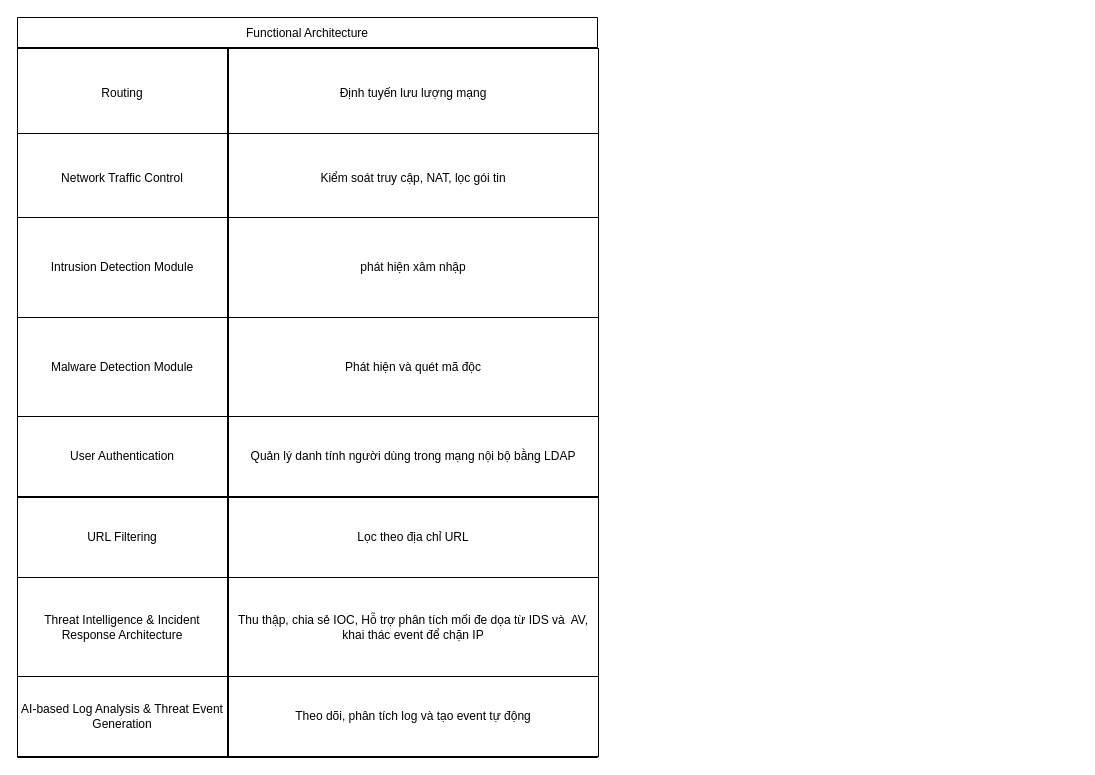
Earlier version of the draw.io diagram page "Functional Architecture" (1 of 4) of ATMNC.drawio (PHU0363569836/Doan-ATMNC). Source tidied: cells renumbered, new cells numbered last; positions are measured from the earlier drawing's top-left corner, leaving out a move shared by most shapes. Both pictures are drawn from the tidied source at 100%, with x=0, y=0 at pixel (17, 17).
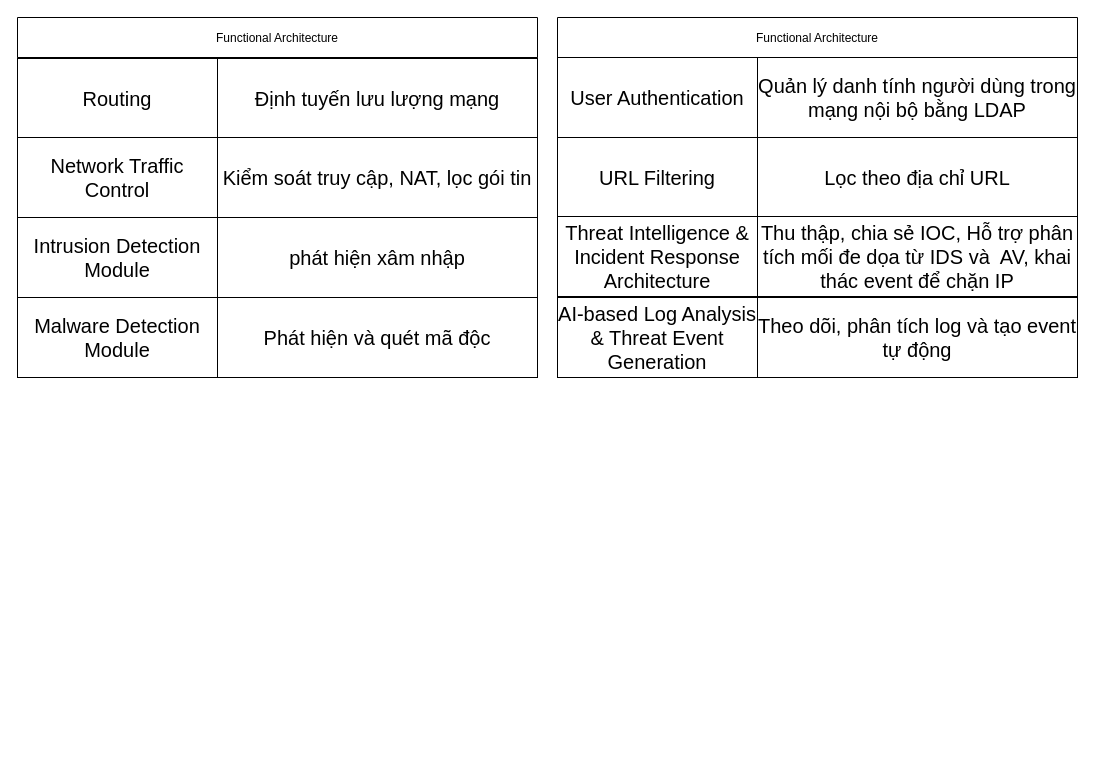
Above is the later version.

What changed in the source:
```diff
@@
-    <mxCell id="2" value="Functional Architecture" style="shape=table;childLayout=tableLayout;startSize=30;" parent="1" vertex="1">
-      <mxGeometry width="580" height="740" as="geometry" />
+    <mxCell id="2" value="Functional Architecture" style="shape=table;childLayout=tableLayout;startSize=40;" parent="1" vertex="1">
+      <mxGeometry width="520" height="360" as="geometry" />
     </mxCell>
     <mxCell id="3" style="shape=tableRow;horizontal=0;swimlaneHead=0;swimlaneBody=0;top=0;left=0;strokeColor=inherit;bottom=0;right=0;fontStyle=0;fillColor=none;startSize=0;" parent="2" vertex="1">
-      <mxGeometry y="30" width="580" height="86" as="geometry" />
+      <mxGeometry y="40" width="520" height="80" as="geometry" />
     </mxCell>
     <mxCell id="4" style="swimlane;swimlaneHead=0;swimlaneBody=0;fontStyle=0;strokeColor=inherit;fillColor=none;startSize=0;" parent="3" vertex="1">
-      <mxGeometry width="211" height="86" as="geometry" />
+      <mxGeometry width="200" height="80" as="geometry" />
     </mxCell>
-    <mxCell id="5" value="Routing" style="whiteSpace=wrap;html=1;" parent="4" vertex="1">
-      <mxGeometry y="1" width="210" height="89" as="geometry" />
+    <mxCell id="5" value="&lt;font style=&quot;font-size: 20px;&quot;&gt;Routing&lt;/font&gt;" style="whiteSpace=wrap;html=1;" parent="4" vertex="1">
+      <mxGeometry y="1" width="200" height="79" as="geometry" />
     </mxCell>
     <mxCell id="6" style="swimlane;swimlaneHead=0;swimlaneBody=0;fontStyle=0;strokeColor=inherit;fillColor=none;startSize=0;" parent="3" vertex="1">
-      <mxGeometry x="211" width="369" height="86" as="geometry" />
+      <mxGeometry x="200" width="320" height="80" as="geometry" />
     </mxCell>
-    <mxCell id="7" value="Định tuyến lưu lượng mạng" style="whiteSpace=wrap;html=1;" parent="6" vertex="1">
-      <mxGeometry y="1" width="370" height="89" as="geometry" />
+    <mxCell id="7" value="&lt;font style=&quot;font-size: 20px;&quot;&gt;Định tuyến lưu lượng mạng&lt;/font&gt;" style="whiteSpace=wrap;html=1;" parent="6" vertex="1">
+      <mxGeometry y="1" width="320" height="79" as="geometry" />
     </mxCell>
     <mxCell id="8" style="shape=tableRow;horizontal=0;swimlaneHead=0;swimlaneBody=0;top=0;left=0;strokeColor=inherit;bottom=0;right=0;fontStyle=0;fillColor=none;startSize=0;" parent="2" vertex="1">
-      <mxGeometry y="116" width="580" height="84" as="geometry" />
+      <mxGeometry y="120" width="520" height="80" as="geometry" />
     </mxCell>
     <mxCell id="9" style="swimlane;swimlaneHead=0;swimlaneBody=0;fontStyle=0;strokeColor=inherit;fillColor=none;startSize=0;" parent="8" vertex="1">
-      <mxGeometry width="211" height="84" as="geometry" />
+      <mxGeometry width="200" height="80" as="geometry" />
     </mxCell>
-    <mxCell id="10" value="Network Traffic Control" style="whiteSpace=wrap;html=1;" parent="9" vertex="1">
-      <mxGeometry width="210" height="90" as="geometry" />
+    <mxCell id="10" value="&lt;font style=&quot;font-size: 20px;&quot;&gt;Network Traffic Control&lt;/font&gt;" style="whiteSpace=wrap;html=1;" parent="9" vertex="1">
+      <mxGeometry width="200" height="80" as="geometry" />
     </mxCell>
     <mxCell id="11" style="swimlane;swimlaneHead=0;swimlaneBody=0;fontStyle=0;strokeColor=inherit;fillColor=none;startSize=0;" parent="8" vertex="1">
-      <mxGeometry x="211" width="369" height="84" as="geometry" />
+      <mxGeometry x="200" width="320" height="80" as="geometry" />
     </mxCell>
-    <mxCell id="12" value="Kiểm soát truy cập, NAT, lọc gói tin" style="whiteSpace=wrap;html=1;" parent="11" vertex="1">
-      <mxGeometry width="370" height="90" as="geometry" />
+    <mxCell id="12" value="&lt;font style=&quot;font-size: 20px;&quot;&gt;Kiểm soát truy cập, NAT, lọc gói tin&lt;/font&gt;" style="whiteSpace=wrap;html=1;" parent="11" vertex="1">
+      <mxGeometry width="320" height="80" as="geometry" />
     </mxCell>
     <mxCell id="13" style="shape=tableRow;horizontal=0;swimlaneHead=0;swimlaneBody=0;top=0;left=0;strokeColor=inherit;bottom=0;right=0;fontStyle=0;fillColor=none;startSize=0;" parent="2" vertex="1">
-      <mxGeometry y="200" width="580" height="100" as="geometry" />
+      <mxGeometry y="200" width="520" height="80" as="geometry" />
     </mxCell>
     <mxCell id="14" style="swimlane;swimlaneHead=0;swimlaneBody=0;fontStyle=0;strokeColor=inherit;fillColor=none;startSize=0;" parent="13" vertex="1">
-      <mxGeometry width="211" height="100" as="geometry" />
+      <mxGeometry width="200" height="80" as="geometry" />
     </mxCell>
-    <mxCell id="15" value="Intrusion Detection Module" style="whiteSpace=wrap;html=1;" parent="14" vertex="1">
-      <mxGeometry width="210" height="100" as="geometry" />
+    <mxCell id="15" value="&lt;font style=&quot;font-size: 20px;&quot;&gt;Intrusion Detection Module&lt;/font&gt;" style="whiteSpace=wrap;html=1;" parent="14" vertex="1">
+      <mxGeometry width="200" height="80" as="geometry" />
     </mxCell>
     <mxCell id="16" style="swimlane;swimlaneHead=0;swimlaneBody=0;fontStyle=0;strokeColor=inherit;fillColor=none;startSize=0;" parent="13" vertex="1">
-      <mxGeometry x="211" width="369" height="100" as="geometry" />
+      <mxGeometry x="200" width="320" height="80" as="geometry" />
     </mxCell>
-    <mxCell id="17" value="phát hiện xâm nhập" style="whiteSpace=wrap;html=1;" parent="16" vertex="1">
-      <mxGeometry width="370" height="100" as="geometry" />
+    <mxCell id="17" value="&lt;font style=&quot;font-size: 20px;&quot;&gt;phát hiện xâm nhập&lt;/font&gt;" style="whiteSpace=wrap;html=1;" parent="16" vertex="1">
+      <mxGeometry width="320" height="80" as="geometry" />
     </mxCell>
     <mxCell id="18" style="shape=tableRow;horizontal=0;swimlaneHead=0;swimlaneBody=0;top=0;left=0;strokeColor=inherit;bottom=0;right=0;fontStyle=0;fillColor=none;startSize=0;" parent="2" vertex="1">
-      <mxGeometry y="300" width="580" height="99" as="geometry" />
+      <mxGeometry y="280" width="520" height="80" as="geometry" />
     </mxCell>
     <mxCell id="19" style="swimlane;swimlaneHead=0;swimlaneBody=0;fontStyle=0;strokeColor=inherit;fillColor=none;startSize=0;" parent="18" vertex="1">
-      <mxGeometry width="211" height="99" as="geometry" />
+      <mxGeometry width="200" height="80" as="geometry" />
     </mxCell>
-    <mxCell id="20" value="Malware Detection Module" style="whiteSpace=wrap;html=1;" parent="19" vertex="1">
-      <mxGeometry width="210" height="100" as="geometry" />
+    <mxCell id="20" value="&lt;font style=&quot;font-size: 20px;&quot;&gt;Malware Detection Module&lt;/font&gt;" style="whiteSpace=wrap;html=1;" parent="19" vertex="1">
+      <mxGeometry width="200" height="80" as="geometry" />
     </mxCell>
     <mxCell id="21" style="swimlane;swimlaneHead=0;swimlaneBody=0;fontStyle=0;strokeColor=inherit;fillColor=none;startSize=0;" parent="18" vertex="1">
-      <mxGeometry x="211" width="369" height="99" as="geometry" />
+      <mxGeometry x="200" width="320" height="80" as="geometry" />
     </mxCell>
-    <mxCell id="22" value="Phát hiện và quét mã độc" style="whiteSpace=wrap;html=1;" parent="21" vertex="1">
-      <mxGeometry width="370" height="100" as="geometry" />
+    <mxCell id="22" value="&lt;font style=&quot;font-size: 20px;&quot;&gt;Phát hiện và quét mã độc&lt;/font&gt;" style="whiteSpace=wrap;html=1;" parent="21" vertex="1">
+      <mxGeometry width="320" height="80" as="geometry" />
     </mxCell>
-    <mxCell id="23" style="shape=tableRow;horizontal=0;swimlaneHead=0;swimlaneBody=0;top=0;left=0;strokeColor=inherit;bottom=0;right=0;fontStyle=0;fillColor=none;startSize=0;" parent="2" vertex="1">
-      <mxGeometry y="399" width="580" height="81" as="geometry" />
-    </mxCell>
-    <mxCell id="24" style="swimlane;swimlaneHead=0;swimlaneBody=0;fontStyle=0;strokeColor=inherit;fillColor=none;startSize=0;" parent="23" vertex="1">
-      <mxGeometry width="211" height="81" as="geometry" />
-    </mxCell>
+    <mxCell id="43" value="Functional Architecture" style="shape=table;childLayout=tableLayout;startSize=40;" parent="1" vertex="1">
+      <mxGeometry x="540" width="520" height="360" as="geometry" />
+    </mxCell>
+    <mxCell id="44" style="shape=tableRow;horizontal=0;swimlaneHead=0;swimlaneBody=0;top=0;left=0;strokeColor=inherit;bottom=0;right=0;fontStyle=0;fillColor=none;startSize=0;" parent="43" vertex="1">
+      <mxGeometry y="40" width="520" height="80" as="geometry" />
+    </mxCell>
+    <mxCell id="45" style="swimlane;swimlaneHead=0;swimlaneBody=0;fontStyle=0;strokeColor=inherit;fillColor=none;startSize=0;" parent="44" vertex="1">
+      <mxGeometry width="200" height="80" as="geometry" />
+    </mxCell>
-    <mxCell id="25" value="User Authentication" style="whiteSpace=wrap;html=1;" parent="24" vertex="1">
-      <mxGeometry width="210" height="80" as="geometry" />
+    <mxCell id="25" value="&lt;font style=&quot;font-size: 20px;&quot;&gt;User Authentication&lt;/font&gt;" style="whiteSpace=wrap;html=1;" parent="45" vertex="1">
+      <mxGeometry width="200" height="80" as="geometry" />
     </mxCell>
-    <mxCell id="26" style="swimlane;swimlaneHead=0;swimlaneBody=0;fontStyle=0;strokeColor=inherit;fillColor=none;startSize=0;" parent="23" vertex="1">
-      <mxGeometry x="211" width="369" height="81" as="geometry" />
-    </mxCell>
+    <mxCell id="46" style="swimlane;swimlaneHead=0;swimlaneBody=0;fontStyle=0;strokeColor=inherit;fillColor=none;startSize=0;" parent="44" vertex="1">
+      <mxGeometry x="200" width="320" height="80" as="geometry" />
+    </mxCell>
-    <mxCell id="27" value="Quản lý danh tính người dùng trong mạng nội bộ bằng LDAP" style="whiteSpace=wrap;html=1;" parent="26" vertex="1">
-      <mxGeometry width="370" height="80" as="geometry" />
+    <mxCell id="27" value="&lt;font style=&quot;font-size: 20px;&quot;&gt;Quản lý danh tính người dùng trong mạng nội bộ bằng LDAP&lt;/font&gt;" style="whiteSpace=wrap;html=1;" parent="46" vertex="1">
+      <mxGeometry width="320" height="80" as="geometry" />
     </mxCell>
-    <mxCell id="28" style="shape=tableRow;horizontal=0;swimlaneHead=0;swimlaneBody=0;top=0;left=0;strokeColor=inherit;bottom=0;right=0;fontStyle=0;fillColor=none;startSize=0;" parent="2" vertex="1">
-      <mxGeometry y="480" width="580" height="80" as="geometry" />
-    </mxCell>
-    <mxCell id="29" style="swimlane;swimlaneHead=0;swimlaneBody=0;fontStyle=0;strokeColor=inherit;fillColor=none;startSize=0;" parent="28" vertex="1">
-      <mxGeometry width="211" height="80" as="geometry" />
-    </mxCell>
+    <mxCell id="47" style="shape=tableRow;horizontal=0;swimlaneHead=0;swimlaneBody=0;top=0;left=0;strokeColor=inherit;bottom=0;right=0;fontStyle=0;fillColor=none;startSize=0;" parent="43" vertex="1">
+      <mxGeometry y="120" width="520" height="79" as="geometry" />
+    </mxCell>
+    <mxCell id="48" style="swimlane;swimlaneHead=0;swimlaneBody=0;fontStyle=0;strokeColor=inherit;fillColor=none;startSize=0;" parent="47" vertex="1">
+      <mxGeometry width="200" height="79" as="geometry" />
+    </mxCell>
-    <mxCell id="30" value="URL Filtering" style="whiteSpace=wrap;html=1;" parent="29" vertex="1">
-      <mxGeometry width="210" height="80" as="geometry" />
+    <mxCell id="30" value="&lt;font style=&quot;font-size: 20px;&quot;&gt;URL Filtering&lt;/font&gt;" style="whiteSpace=wrap;html=1;" parent="48" vertex="1">
+      <mxGeometry width="200" height="80" as="geometry" />
     </mxCell>
-    <mxCell id="31" style="swimlane;swimlaneHead=0;swimlaneBody=0;fontStyle=0;strokeColor=inherit;fillColor=none;startSize=0;" parent="28" vertex="1">
-      <mxGeometry x="211" width="369" height="80" as="geometry" />
-    </mxCell>
+    <mxCell id="49" style="swimlane;swimlaneHead=0;swimlaneBody=0;fontStyle=0;strokeColor=inherit;fillColor=none;startSize=0;" parent="47" vertex="1">
+      <mxGeometry x="200" width="320" height="79" as="geometry" />
+    </mxCell>
-    <mxCell id="32" value="Lọc theo địa chỉ URL" style="whiteSpace=wrap;html=1;" parent="31" vertex="1">
-      <mxGeometry width="370" height="80" as="geometry" />
+    <mxCell id="32" value="&lt;font style=&quot;font-size: 20px;&quot;&gt;Lọc theo địa chỉ URL&lt;/font&gt;" style="whiteSpace=wrap;html=1;" parent="49" vertex="1">
+      <mxGeometry width="320" height="80" as="geometry" />
     </mxCell>
-    <mxCell id="33" style="shape=tableRow;horizontal=0;swimlaneHead=0;swimlaneBody=0;top=0;left=0;strokeColor=inherit;bottom=0;right=0;fontStyle=0;fillColor=none;startSize=0;" parent="2" vertex="1">
-      <mxGeometry y="560" width="580" height="99" as="geometry" />
-    </mxCell>
-    <mxCell id="34" style="swimlane;swimlaneHead=0;swimlaneBody=0;fontStyle=0;strokeColor=inherit;fillColor=none;startSize=0;" parent="33" vertex="1">
-      <mxGeometry width="211" height="99" as="geometry" />
-    </mxCell>
+    <mxCell id="50" style="shape=tableRow;horizontal=0;swimlaneHead=0;swimlaneBody=0;top=0;left=0;strokeColor=inherit;bottom=0;right=0;fontStyle=0;fillColor=none;startSize=0;" parent="43" vertex="1">
+      <mxGeometry y="199" width="520" height="81" as="geometry" />
+    </mxCell>
+    <mxCell id="51" style="swimlane;swimlaneHead=0;swimlaneBody=0;fontStyle=0;strokeColor=inherit;fillColor=none;startSize=0;" parent="50" vertex="1">
+      <mxGeometry width="200" height="81" as="geometry" />
+    </mxCell>
-    <mxCell id="35" value="Threat Intelligence &amp;amp; Incident Response Architecture" style="whiteSpace=wrap;html=1;" parent="34" vertex="1">
-      <mxGeometry width="210" height="100" as="geometry" />
+    <mxCell id="35" value="&lt;font style=&quot;font-size: 20px;&quot;&gt;Threat Intelligence &amp;amp; Incident Response Architecture&lt;/font&gt;" style="whiteSpace=wrap;html=1;" parent="51" vertex="1">
+      <mxGeometry width="200" height="80" as="geometry" />
     </mxCell>
-    <mxCell id="36" style="swimlane;swimlaneHead=0;swimlaneBody=0;fontStyle=0;strokeColor=inherit;fillColor=none;startSize=0;" parent="33" vertex="1">
-      <mxGeometry x="211" width="369" height="99" as="geometry" />
-    </mxCell>
+    <mxCell id="52" style="swimlane;swimlaneHead=0;swimlaneBody=0;fontStyle=0;strokeColor=inherit;fillColor=none;startSize=0;" parent="50" vertex="1">
+      <mxGeometry x="200" width="320" height="81" as="geometry" />
+    </mxCell>
-    <mxCell id="37" value="Thu thập, chia sẻ IOC,&amp;nbsp;Hỗ trợ phân tích mối đe dọa từ IDS và&amp;nbsp; AV, khai thác event để chặn IP" style="whiteSpace=wrap;html=1;" parent="36" vertex="1">
-      <mxGeometry width="370" height="100" as="geometry" />
+    <mxCell id="37" value="&lt;font style=&quot;font-size: 20px;&quot;&gt;Thu thập, chia sẻ IOC,&amp;nbsp;Hỗ trợ phân tích mối đe dọa từ IDS và&amp;nbsp; AV,&amp;nbsp;&lt;span style=&quot;background-color: transparent; color: light-dark(rgb(0, 0, 0), rgb(255, 255, 255));&quot;&gt;khai thác event để chặn IP&lt;/span&gt;&lt;/font&gt;" style="whiteSpace=wrap;html=1;" parent="52" vertex="1">
+      <mxGeometry width="320" height="80" as="geometry" />
     </mxCell>
-    <mxCell id="38" style="shape=tableRow;horizontal=0;swimlaneHead=0;swimlaneBody=0;top=0;left=0;strokeColor=inherit;bottom=0;right=0;fontStyle=0;fillColor=none;startSize=0;" parent="2" vertex="1">
-      <mxGeometry y="659" width="580" height="81" as="geometry" />
-    </mxCell>
-    <mxCell id="39" style="swimlane;swimlaneHead=0;swimlaneBody=0;fontStyle=0;strokeColor=inherit;fillColor=none;startSize=0;" parent="38" vertex="1">
-      <mxGeometry width="211" height="81" as="geometry" />
-    </mxCell>
+    <mxCell id="53" style="shape=tableRow;horizontal=0;swimlaneHead=0;swimlaneBody=0;top=0;left=0;strokeColor=inherit;bottom=0;right=0;fontStyle=0;fillColor=none;startSize=0;" parent="43" vertex="1">
+      <mxGeometry y="280" width="520" height="80" as="geometry" />
+    </mxCell>
+    <mxCell id="54" style="swimlane;swimlaneHead=0;swimlaneBody=0;fontStyle=0;strokeColor=inherit;fillColor=none;startSize=0;" parent="53" vertex="1">
+      <mxGeometry width="200" height="80" as="geometry" />
+    </mxCell>
-    <mxCell id="40" value="AI-based Log Analysis &amp;amp; Threat Event Generation" style="whiteSpace=wrap;html=1;" parent="39" vertex="1">
-      <mxGeometry width="210" height="80" as="geometry" />
+    <mxCell id="40" value="&lt;font style=&quot;font-size: 20px;&quot;&gt;AI-based Log Analysis &amp;amp; Threat Event Generation&lt;/font&gt;" style="whiteSpace=wrap;html=1;" parent="54" vertex="1">
+      <mxGeometry width="200" height="80" as="geometry" />
     </mxCell>
-    <mxCell id="41" style="swimlane;swimlaneHead=0;swimlaneBody=0;fontStyle=0;strokeColor=inherit;fillColor=none;startSize=0;" parent="38" vertex="1">
-      <mxGeometry x="211" width="369" height="81" as="geometry" />
-    </mxCell>
+    <mxCell id="55" style="swimlane;swimlaneHead=0;swimlaneBody=0;fontStyle=0;strokeColor=inherit;fillColor=none;startSize=0;" parent="53" vertex="1">
+      <mxGeometry x="200" width="320" height="80" as="geometry" />
+    </mxCell>
-    <mxCell id="42" value="Theo dõi, phân tích log và tạo event tự động" style="whiteSpace=wrap;html=1;" parent="41" vertex="1">
-      <mxGeometry width="370" height="80" as="geometry" />
+    <mxCell id="42" value="&lt;font style=&quot;font-size: 20px;&quot;&gt;Theo dõi, phân tích log và tạo event tự động&lt;/font&gt;" style="whiteSpace=wrap;html=1;" parent="55" vertex="1">
+      <mxGeometry width="320" height="80" as="geometry" />
     </mxCell>
```
